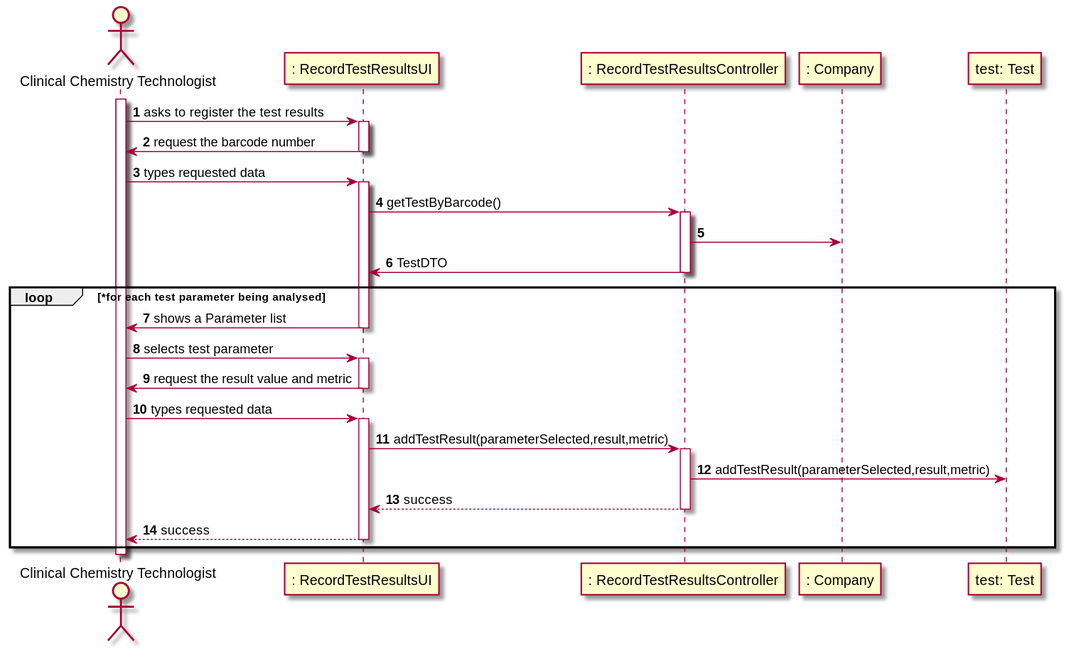
Above: docs/SprintC/US12/US12_SD.svg in manu-07-ela/LAPR2_ISEP (PlantUML), before the change.
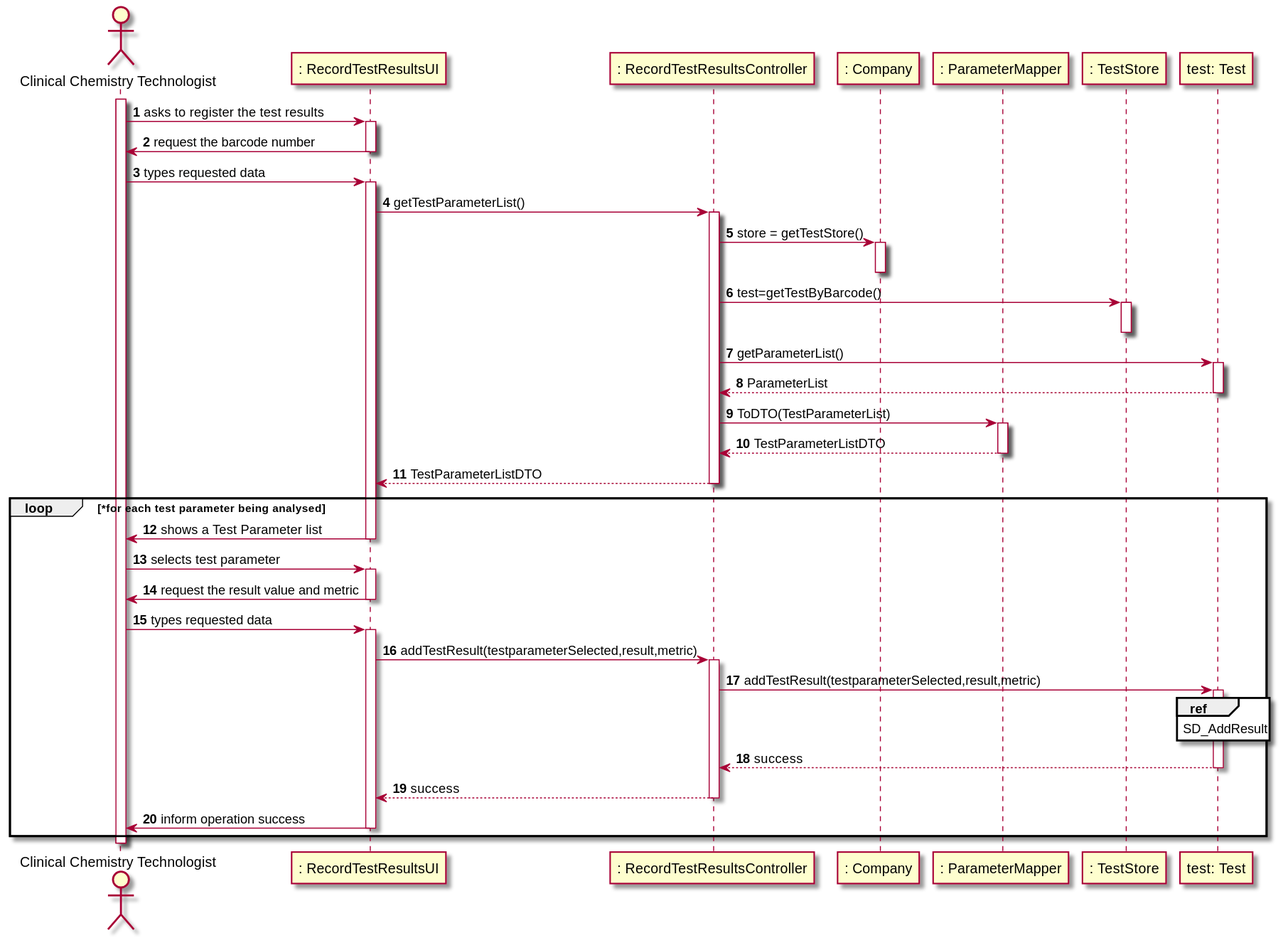
Above is the later version.

What changed in the source:
```diff
@@ -5,6 +5,8 @@
 participant ": RecordTestResultsUI" as UI
 participant ": RecordTestResultsController" as CTRL
 participant ": Company" as Comp
+participant ": ParameterMapper" as PMapper
+participant ": TestStore" as TStore
 participant "test: Test" as Test
 
 activate CCT
@@ -14,14 +16,28 @@
 deactivate UI
 CCT -> UI : types requested data
 activate UI
-UI -> CTRL : getTestByBarcode()
+UI -> CTRL : getTestParameterList()
 activate CTRL
-CTRL -> Comp :
+CTRL -> Comp : store = getTestStore()
+activate Comp
+deactivate Comp
+CTRL -> TStore : test=getTestByBarcode()
+activate TStore
+deactivate TStore
+CTRL -> Test : getParameterList()
+activate Test
+Test --> CTRL : ParameterList
+deactivate Test
+CTRL -> PMapper : ToDTO(TestParameterList)
+activate PMapper
+PMapper --> CTRL : TestParameterListDTO
+deactivate PMapper
 
-CTRL -> UI : TestDTO
+
+CTRL --> UI : TestParameterListDTO
 deactivate CTRL
 loop *for each test parameter being analysed
-UI -> CCT : shows a Parameter list
+UI -> CCT : shows a Test Parameter list
 deactivate UI
 CCT -> UI : selects test parameter
 activate UI
@@ -29,16 +45,20 @@
 deactivate UI
 CCT -> UI : types requested data
 activate UI
-UI -> CTRL : addTestResult(parameterSelected,result,metric)
+UI -> CTRL : addTestResult(testparameterSelected,result,metric)
 activate CTRL
-CTRL -> Test : addTestResult(parameterSelected,result,metric)
+CTRL -> Test : addTestResult(testparameterSelected,result,metric)
+activate Test
+ref over Test
+SD_AddResult
+end ref
+Test --> CTRL : success
+deactivate Test
 
 CTRL --> UI : success
 deactivate CTRL
-UI --> CCT : success
+UI -> CCT :  inform operation success
 deactivate UI
-
-
 end
 
 
```
